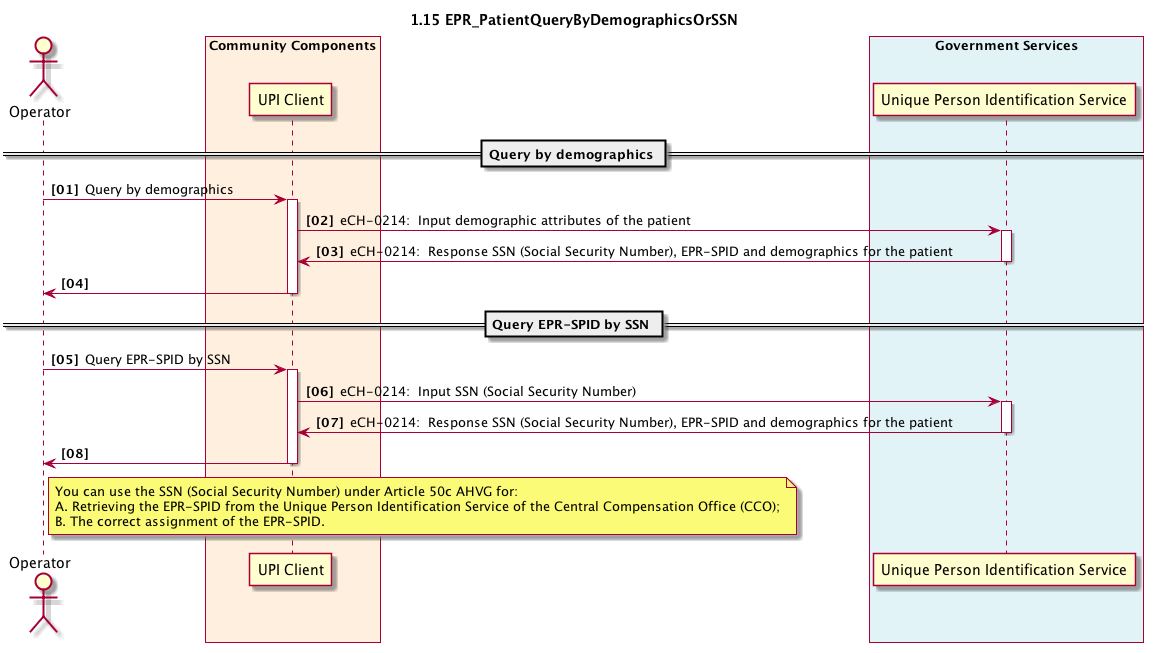
Above: 1_15_EPR_PatientEPRQuery.plantuml.png in ahdis/ch-epr-seqdiag (PlantUML), before the change.
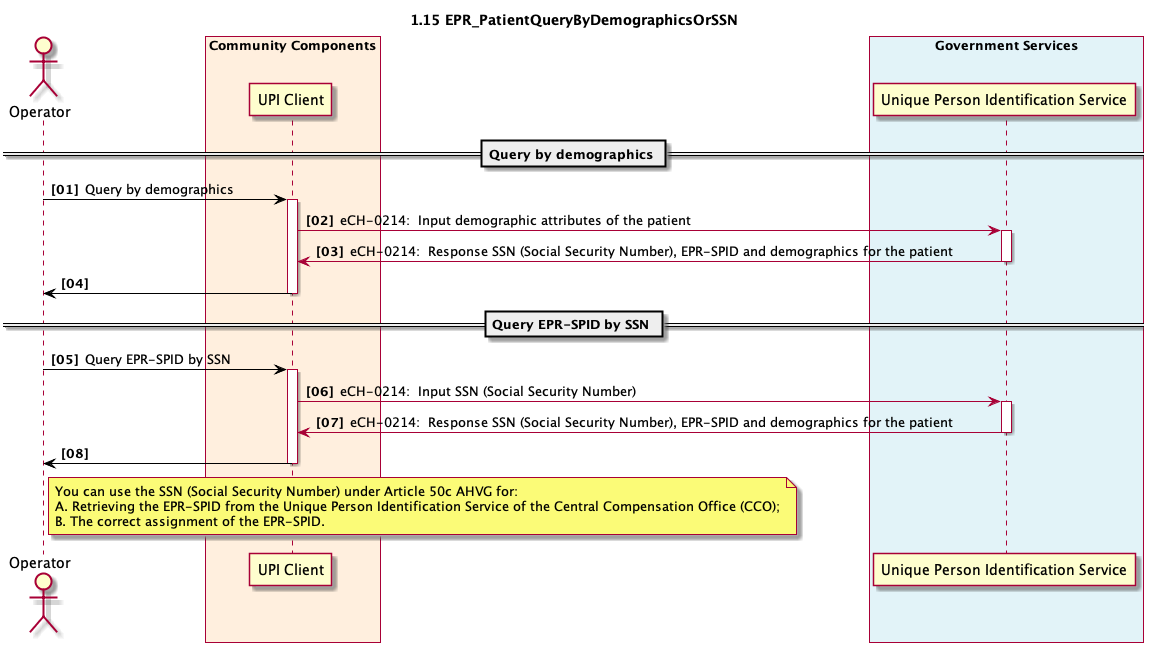
After the change.

Change to the diagram source:
```diff
@@ -15,24 +15,24 @@
 
 == Query by demographics ==
 
-admin -> cc_upi_client: Query by demographics
+admin -[#black]> cc_upi_client: Query by demographics
 activate cc_upi_client
 cc_upi_client->gs_upi:eCH-0214:  Input demographic attributes of the patient
 activate gs_upi
 cc_upi_client<-gs_upi:eCH-0214:  Response SSN (Social Security Number), EPR-SPID and demographics for the patient
 deactivate gs_upi
-admin<-cc_upi_client
+admin<[#black]-cc_upi_client
 deactivate cc_upi_client
 
 == Query EPR-SPID by SSN ==
 
-admin -> cc_upi_client: Query EPR-SPID by SSN
+admin -[#black]> cc_upi_client: Query EPR-SPID by SSN
 activate cc_upi_client
 cc_upi_client->gs_upi:eCH-0214:  Input SSN (Social Security Number)
 activate gs_upi
 cc_upi_client<-gs_upi:eCH-0214:  Response SSN (Social Security Number), EPR-SPID and demographics for the patient
 deactivate gs_upi
-admin<-cc_upi_client
+admin<[#black]-cc_upi_client
 
 deactivate cc_upi_client
 
```
